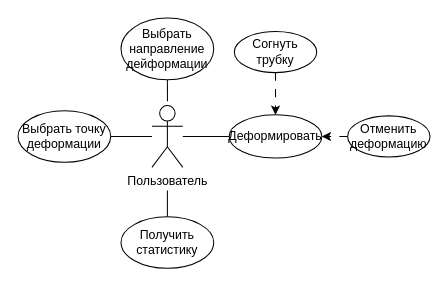
SashaKoretski/DB_coursework keeps this draw.io diagram as img/use-case.drawio. Above is the earlier version. Source tidied: cells renumbered, new cells numbered last; positions are measured from the earlier drawing's top-left corner, leaving out a move shared by most shapes. Both pictures are drawn from the tidied source at 103%, with x=0, y=0 at pixel (18, 18).
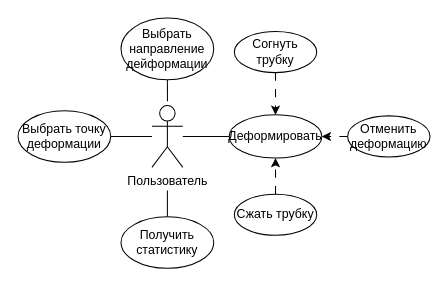
Above is the later version.

Change to the diagram source:
```diff
@@
 <mxGraphModel>
   <root>
     <mxCell id="0" />
     <mxCell id="1" parent="0" />
     <mxCell id="2" style="edgeStyle=orthogonalEdgeStyle;rounded=0;jettySize=auto;html=1;endArrow=none;startFill=0;" parent="1" edge="1" source="3" target="4">
       <mxGeometry relative="1" as="geometry" />
     </mxCell>
     <mxCell id="3" value="Пользователь" style="shape=umlActor;verticalLabelPosition=bottom;verticalAlign=top;html=1;outlineConnect=0;" parent="1" vertex="1">
       <mxGeometry x="130" y="85" width="30" height="60" as="geometry" />
     </mxCell>
     <mxCell id="4" value="Деформировать" style="ellipse;whiteSpace=wrap;html=1;" parent="1" vertex="1">
       <mxGeometry x="205" y="94" width="90" height="42" as="geometry" />
     </mxCell>
     <mxCell id="5" value="Согнуть трубку" style="ellipse;whiteSpace=wrap;html=1;" parent="1" vertex="1">
       <mxGeometry x="210" y="13" width="80" height="40" as="geometry" />
     </mxCell>
     <mxCell id="6" value="Отменить деформацию" style="ellipse;whiteSpace=wrap;html=1;" parent="1" vertex="1">
       <mxGeometry x="320" y="95" width="80" height="40" as="geometry" />
     </mxCell>
     <mxCell id="7" style="endArrow=classic;html=1;rounded=0;exitX=0.5;exitY=1;exitDx=0;exitDy=0;entryX=0.5;entryY=0;entryDx=0;entryDy=0;dashed=1;dashPattern=8 8;" parent="1" edge="1" source="5" target="4">
       <mxGeometry relative="1" as="geometry" />
     </mxCell>
     <mxCell id="8" style="endArrow=classic;html=1;rounded=0;entryX=1;entryY=0.5;entryDx=0;entryDy=0;exitX=0;exitY=0.5;exitDx=0;exitDy=0;dashed=1;dashPattern=8 8;" parent="1" edge="1" source="6" target="4">
       <mxGeometry relative="1" as="geometry" />
     </mxCell>
     <mxCell id="9" style="edgeStyle=orthogonalEdgeStyle;rounded=0;jettySize=auto;html=1;exitX=1;exitY=0.5;exitDx=0;exitDy=0;endArrow=none;startFill=0;" parent="1" edge="1" source="10" target="3">
       <mxGeometry relative="1" as="geometry" />
     </mxCell>
     <mxCell id="10" value="Выбрать точку деформации" style="ellipse;whiteSpace=wrap;html=1;" parent="1" vertex="1">
       <mxGeometry y="90" width="90" height="50" as="geometry" />
     </mxCell>
     <mxCell id="11" style="edgeStyle=orthogonalEdgeStyle;rounded=0;jettySize=auto;html=1;exitX=0.5;exitY=1;exitDx=0;exitDy=0;endArrow=none;startFill=0;" parent="1" edge="1" source="12">
       <mxGeometry relative="1" as="geometry">
         <mxPoint x="145.1" y="80.8" as="targetPoint" />
       </mxGeometry>
     </mxCell>
     <mxCell id="12" value="Выбрать направление дейформации" style="ellipse;whiteSpace=wrap;html=1;" parent="1" vertex="1">
       <mxGeometry x="100" width="90" height="60" as="geometry" />
     </mxCell>
     <mxCell id="13" style="edgeStyle=orthogonalEdgeStyle;rounded=0;jettySize=auto;html=1;exitX=0.5;exitY=0;exitDx=0;exitDy=0;endArrow=none;startFill=0;" parent="1" edge="1" source="14">
       <mxGeometry relative="1" as="geometry">
         <mxPoint x="145" y="167.5" as="targetPoint" />
       </mxGeometry>
     </mxCell>
     <mxCell id="14" value="Получить статистику" style="ellipse;whiteSpace=wrap;html=1;" parent="1" vertex="1">
       <mxGeometry x="100" y="193" width="90" height="50" as="geometry" />
     </mxCell>
+    <mxCell id="15" style="edgeStyle=orthogonalEdgeStyle;rounded=0;jettySize=auto;html=1;exitX=0.5;exitY=0;exitDx=0;exitDy=0;entryX=0.5;entryY=1;entryDx=0;entryDy=0;dashed=1;dashPattern=8 8;" parent="1" edge="1" source="16" target="4">
+      <mxGeometry relative="1" as="geometry" />
+    </mxCell>
+    <mxCell id="16" value="Сжать трубку" style="ellipse;whiteSpace=wrap;html=1;" parent="1" vertex="1">
+      <mxGeometry x="210" y="171" width="80" height="40" as="geometry" />
+    </mxCell>
   </root>
 </mxGraphModel>
```
